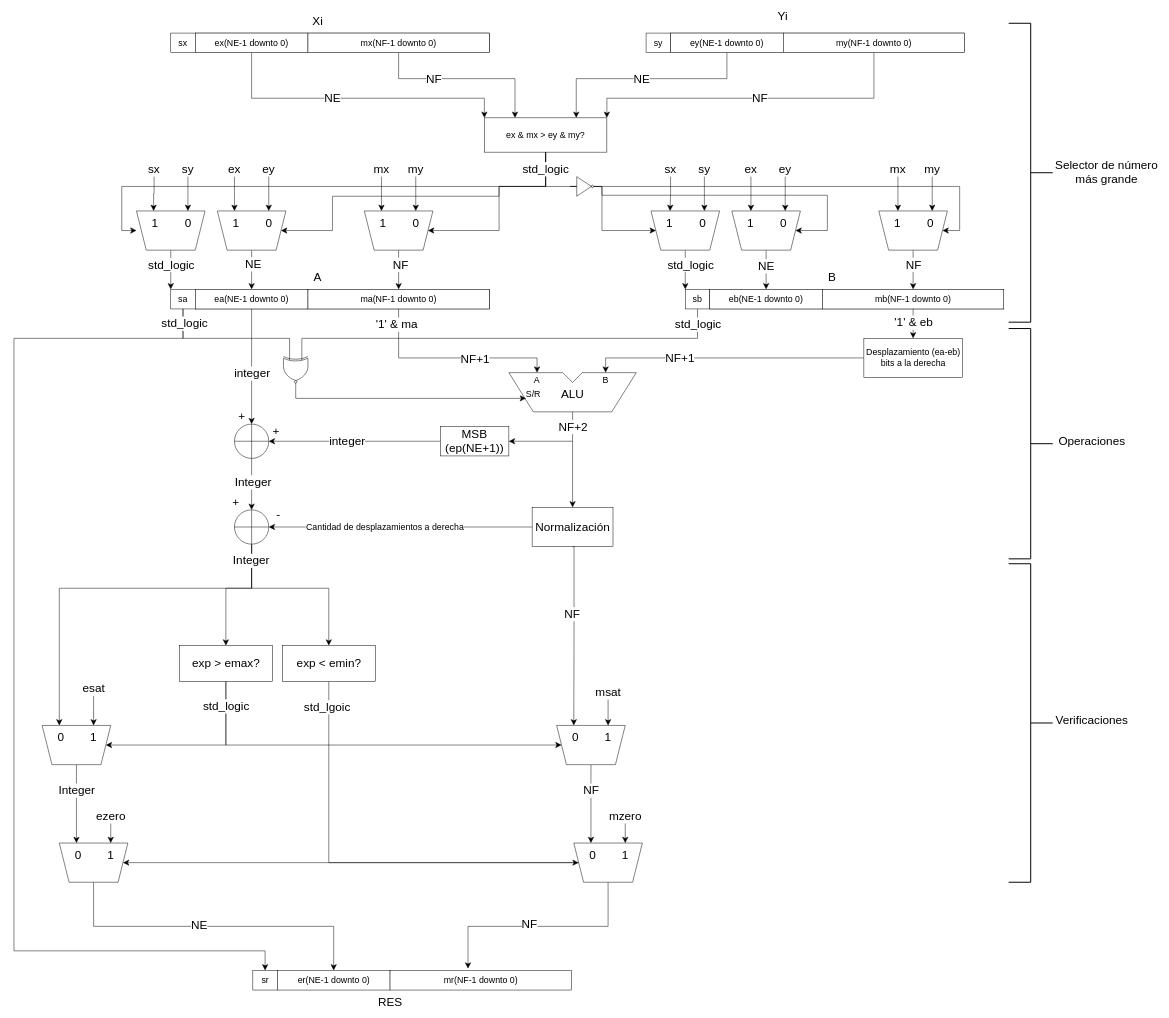
This is Doc/float_adder.drawio from GrnRant/SistemasDigitalesTP2_GermanRant, a draw.io file, before an edit. Source tidied: cells renumbered, new cells numbered last; positions are measured from the earlier drawing's top-left corner, leaving out a move shared by most shapes. Both pictures are drawn from the tidied source at 49%, with x=0, y=0 at pixel (14, 8).
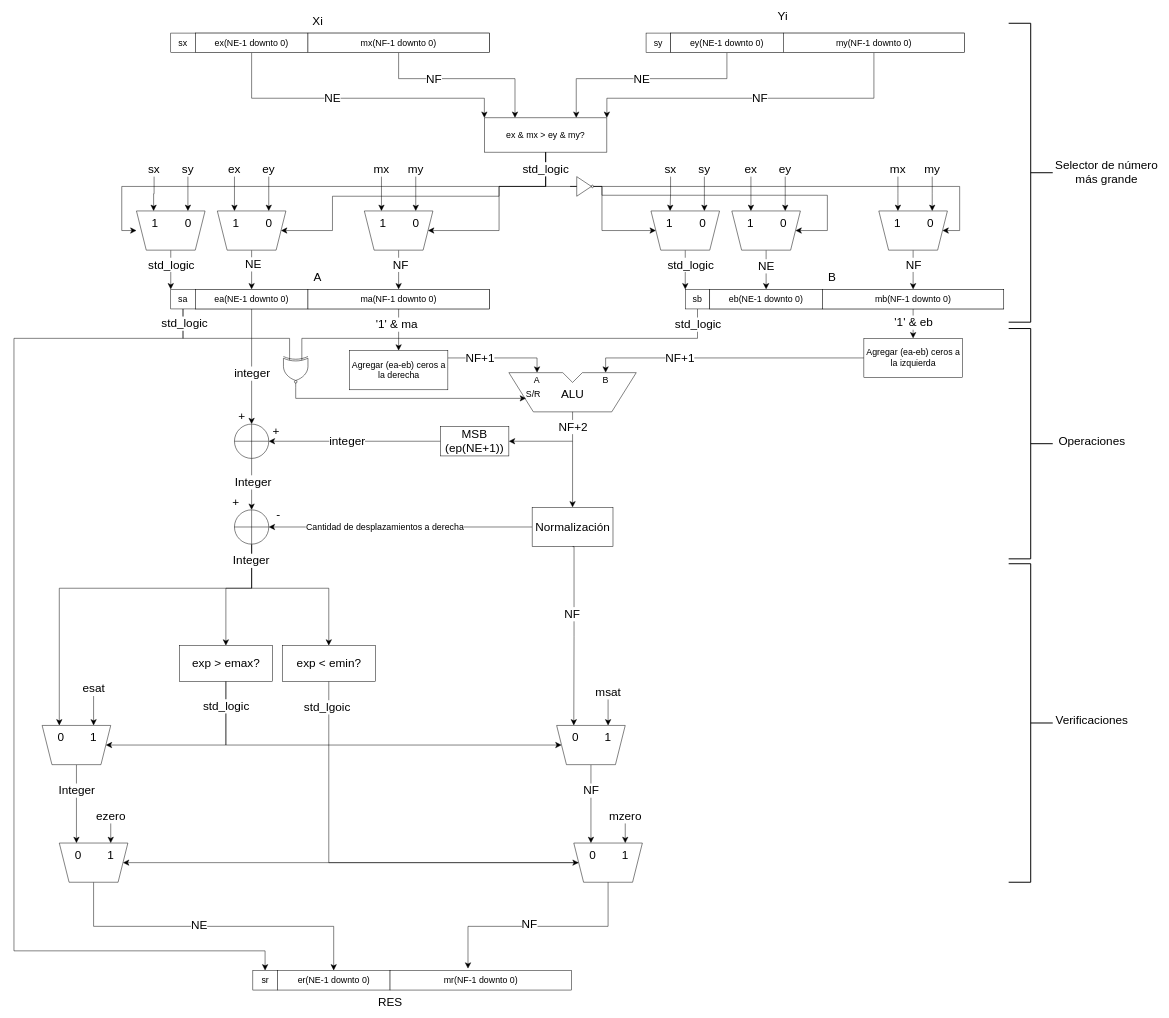
Above is the later version.

The change refers to these unchanged cells:
```xml
<mxCell id="37" value="&lt;font style=&quot;font-size: 18px;&quot;&gt;ma(NF-1 downto 0)&lt;/font&gt;" style="rounded=0;whiteSpace=wrap;html=1;" parent="1" vertex="1">
  <mxGeometry x="600" y="573" width="370" height="40" as="geometry" />
</mxCell>
<mxCell id="113" value="&lt;font style=&quot;font-size: 18px;&quot;&gt;A&lt;/font&gt;" style="text;html=1;strokeColor=none;fillColor=none;align=center;verticalAlign=middle;whiteSpace=wrap;rounded=0;fontSize=11;fontFamily=Helvetica;fontColor=default;" parent="1" vertex="1">
  <mxGeometry x="1055" y="743" width="25" height="30" as="geometry" />
</mxCell>
```

Change to the diagram source:
```diff
@@
-    <mxCell id="34" style="edgeStyle=orthogonalEdgeStyle;shape=connector;rounded=0;jettySize=auto;html=1;entryX=0.5;entryY=0;entryDx=0;entryDy=0;labelBackgroundColor=default;strokeColor=default;align=center;verticalAlign=middle;fontFamily=Helvetica;fontSize=11;fontColor=default;endArrow=classic;endSize=10;" parent="1" edge="1" source="37" target="113">
+    <mxCell id="34" style="edgeStyle=orthogonalEdgeStyle;shape=connector;rounded=0;jettySize=auto;html=1;entryX=0.5;entryY=0;entryDx=0;entryDy=0;labelBackgroundColor=default;strokeColor=default;align=center;verticalAlign=middle;fontFamily=Helvetica;fontSize=11;fontColor=default;endArrow=classic;endSize=10;" parent="1" edge="1" source="192" target="113">
       <mxGeometry relative="1" as="geometry">
         <Array as="points">
           <mxPoint x="785" y="713" />
           <mxPoint x="1068" y="713" />
         </Array>
       </mxGeometry>
     </mxCell>
-    <mxCell id="35" value="&lt;font style=&quot;font-size: 24px;&quot;&gt;NF+1&lt;/font&gt;" style="edgeLabel;html=1;align=center;verticalAlign=middle;fontSize=11;fontFamily=Helvetica;fontColor=default;" parent="34" vertex="1">
-      <mxGeometry x="-0.15" y="-2" relative="1" as="geometry">
-        <mxPoint x="80" as="offset" />
-      </mxGeometry>
-    </mxCell>
-    <mxCell id="36" value="&lt;font style=&quot;font-size: 24px;&quot;&gt;'1' &amp;amp; ma&lt;/font&gt;" style="edgeLabel;html=1;align=center;verticalAlign=middle;fontSize=11;fontFamily=Helvetica;fontColor=default;" parent="34" vertex="1">
-      <mxGeometry x="-0.89" y="2" relative="1" as="geometry">
-        <mxPoint x="-7" y="8" as="offset" />
-      </mxGeometry>
-    </mxCell>
@@
-    <mxCell id="123" value="&lt;font style=&quot;font-size: 18px;&quot;&gt;Desplazamiento (ea-eb) bits a la derecha&lt;/font&gt;" style="rounded=0;whiteSpace=wrap;html=1;fontFamily=Helvetica;fontSize=11;fontColor=default;" parent="1" vertex="1">
+    <mxCell id="123" value="&lt;span style=&quot;font-size: 18px;&quot;&gt;Agregar (ea-eb) ceros a la izquierda&lt;/span&gt;" style="rounded=0;whiteSpace=wrap;html=1;fontFamily=Helvetica;fontSize=11;fontColor=default;" parent="1" vertex="1">
       <mxGeometry x="1734.5" y="673" width="201" height="80" as="geometry" />
     </mxCell>
@@
+    <mxCell id="191" style="edgeStyle=orthogonalEdgeStyle;shape=connector;rounded=0;jettySize=auto;html=1;entryX=0.5;entryY=0;entryDx=0;entryDy=0;labelBackgroundColor=default;strokeColor=default;align=center;verticalAlign=middle;fontFamily=Helvetica;fontSize=11;fontColor=default;endArrow=classic;endSize=10;" parent="1" edge="1" source="37" target="192">
+      <mxGeometry relative="1" as="geometry" />
+    </mxCell>
+    <mxCell id="35" value="&lt;font style=&quot;font-size: 24px;&quot;&gt;NF+1&lt;/font&gt;" style="edgeLabel;html=1;align=center;verticalAlign=middle;fontSize=11;fontFamily=Helvetica;fontColor=default;" parent="191" vertex="1">
+      <mxGeometry x="-0.15" y="-2" relative="1" as="geometry">
+        <mxPoint x="167" y="64" as="offset" />
+      </mxGeometry>
+    </mxCell>
+    <mxCell id="36" value="&lt;font style=&quot;font-size: 24px;&quot;&gt;'1' &amp;amp; ma&lt;/font&gt;" style="edgeLabel;html=1;align=center;verticalAlign=middle;fontSize=11;fontFamily=Helvetica;fontColor=default;" parent="191" vertex="1">
+      <mxGeometry x="-0.89" y="2" relative="1" as="geometry">
+        <mxPoint x="-7" y="26" as="offset" />
+      </mxGeometry>
+    </mxCell>
+    <mxCell id="192" value="&lt;span style=&quot;font-size: 18px;&quot;&gt;Agregar (ea-eb) ceros a la derecha&lt;/span&gt;" style="rounded=0;whiteSpace=wrap;html=1;fontFamily=Helvetica;fontSize=11;fontColor=default;" parent="1" vertex="1">
+      <mxGeometry x="684.5" y="698" width="201" height="80" as="geometry" />
+    </mxCell>
```
